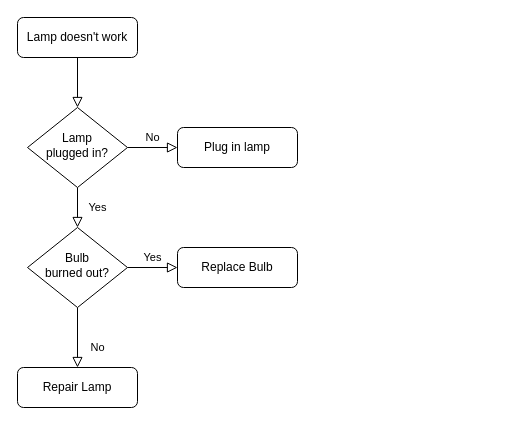
Earlier version of the draw.io diagram Untitled Diagram.drawio (kangshifu/cola). Source tidied: cells renumbered, new cells numbered last; positions are measured from the earlier drawing's top-left corner, leaving out a move shared by most shapes. Both pictures are drawn from the tidied source at 100%, with x=0, y=0 at pixel (17, 17).
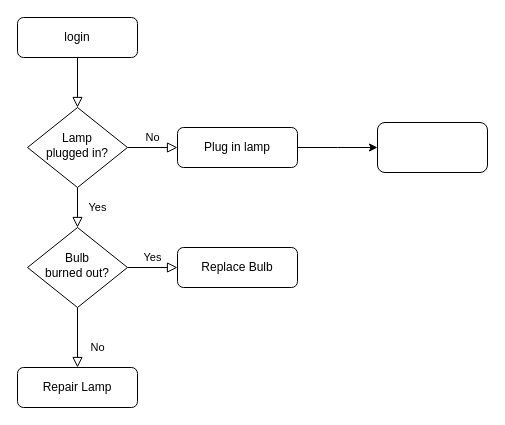
The same diagram, later.

Change to the diagram source:
```diff
@@
 <mxGraphModel>
   <root>
     <mxCell id="0" />
     <mxCell id="1" parent="0" />
     <mxCell id="2" style="rounded=0;html=1;jettySize=auto;fontSize=11;endArrow=block;endFill=0;endSize=8;strokeWidth=1;shadow=0;labelBackgroundColor=none;edgeStyle=orthogonalEdgeStyle;" parent="1" edge="1" source="3" target="6">
       <mxGeometry relative="1" as="geometry" />
     </mxCell>
-    <mxCell id="3" value="Lamp doesn't work" style="rounded=1;whiteSpace=wrap;html=1;fontSize=12;glass=0;strokeWidth=1;shadow=0;" parent="1" vertex="1">
+    <mxCell id="3" value="login" style="rounded=1;whiteSpace=wrap;html=1;fontSize=12;glass=0;strokeWidth=1;shadow=0;" parent="1" vertex="1">
       <mxGeometry width="120" height="40" as="geometry" />
     </mxCell>
     <mxCell id="4" value="Yes" style="rounded=0;html=1;jettySize=auto;fontSize=11;endArrow=block;endFill=0;endSize=8;strokeWidth=1;shadow=0;labelBackgroundColor=none;edgeStyle=orthogonalEdgeStyle;" parent="1" edge="1" source="6" target="10">
       <mxGeometry y="20" relative="1" as="geometry" />
     </mxCell>
     <mxCell id="5" value="No" style="edgeStyle=orthogonalEdgeStyle;rounded=0;html=1;jettySize=auto;fontSize=11;endArrow=block;endFill=0;endSize=8;strokeWidth=1;shadow=0;labelBackgroundColor=none;" parent="1" edge="1" source="6" target="7">
       <mxGeometry y="10" relative="1" as="geometry" />
     </mxCell>
     <mxCell id="6" value="Lamp&lt;br&gt;plugged in?" style="rhombus;whiteSpace=wrap;html=1;shadow=0;fontFamily=Helvetica;fontSize=12;align=center;strokeWidth=1;spacing=6;spacingTop=-4;" parent="1" vertex="1">
       <mxGeometry x="10" y="90" width="100" height="80" as="geometry" />
     </mxCell>
+    <mxCell id="13" style="edgeStyle=orthogonalEdgeStyle;rounded=0;jettySize=auto;html=1;" parent="1" edge="1" source="7">
+      <mxGeometry relative="1" as="geometry">
+        <mxPoint x="360" y="130" as="targetPoint" />
+      </mxGeometry>
+    </mxCell>
     <mxCell id="7" value="Plug in lamp" style="rounded=1;whiteSpace=wrap;html=1;fontSize=12;glass=0;strokeWidth=1;shadow=0;" parent="1" vertex="1">
       <mxGeometry x="160" y="110" width="120" height="40" as="geometry" />
     </mxCell>
     <mxCell id="8" value="No" style="rounded=0;html=1;jettySize=auto;fontSize=11;endArrow=block;endFill=0;endSize=8;strokeWidth=1;shadow=0;labelBackgroundColor=none;edgeStyle=orthogonalEdgeStyle;" parent="1" edge="1" source="10" target="11">
       <mxGeometry x="0.33" y="20" relative="1" as="geometry" />
     </mxCell>
     <mxCell id="9" value="Yes" style="edgeStyle=orthogonalEdgeStyle;rounded=0;html=1;jettySize=auto;fontSize=11;endArrow=block;endFill=0;endSize=8;strokeWidth=1;shadow=0;labelBackgroundColor=none;" parent="1" edge="1" source="10" target="12">
       <mxGeometry y="10" relative="1" as="geometry" />
     </mxCell>
     <mxCell id="10" value="Bulb&lt;br&gt;burned out?" style="rhombus;whiteSpace=wrap;html=1;shadow=0;fontFamily=Helvetica;fontSize=12;align=center;strokeWidth=1;spacing=6;spacingTop=-4;" parent="1" vertex="1">
       <mxGeometry x="10" y="210" width="100" height="80" as="geometry" />
     </mxCell>
     <mxCell id="11" value="Repair Lamp" style="rounded=1;whiteSpace=wrap;html=1;fontSize=12;glass=0;strokeWidth=1;shadow=0;" parent="1" vertex="1">
       <mxGeometry y="350" width="120" height="40" as="geometry" />
     </mxCell>
     <mxCell id="12" value="Replace Bulb" style="rounded=1;whiteSpace=wrap;html=1;fontSize=12;glass=0;strokeWidth=1;shadow=0;" parent="1" vertex="1">
       <mxGeometry x="160" y="230" width="120" height="40" as="geometry" />
     </mxCell>
+    <mxCell id="14" style="rounded=1;whiteSpace=wrap;html=1;" parent="1" vertex="1">
+      <mxGeometry x="360" y="105" width="110" height="50" as="geometry" />
+    </mxCell>
   </root>
 </mxGraphModel>
```
